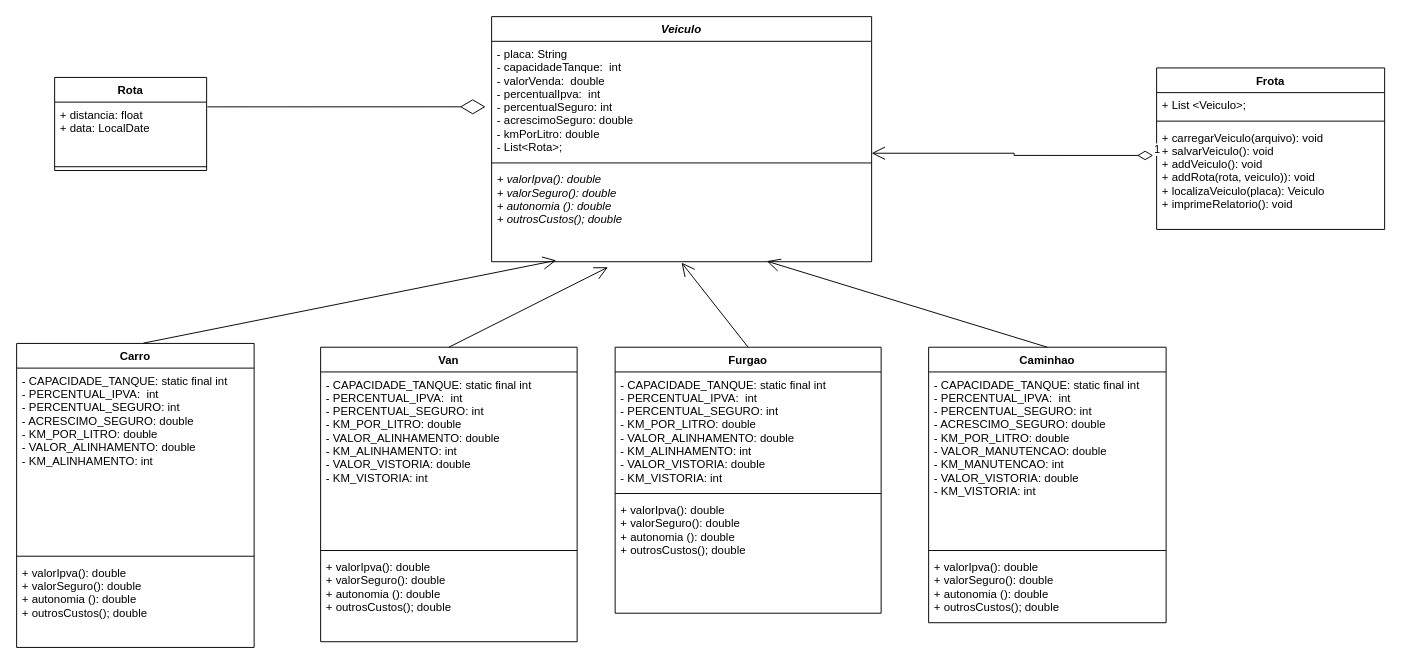
Earlier version of the draw.io diagram docs/diagramas/LPM - Diagrama Projeto 3.drawio (DisciplinasProgramacao/projetos-3-4-5-t-e-a-m). Source tidied: cells renumbered, new cells numbered last; positions are measured from the earlier drawing's top-left corner, leaving out a move shared by most shapes. Both pictures are drawn from the tidied source at 95%, with x=0, y=0 at pixel (16, 16).
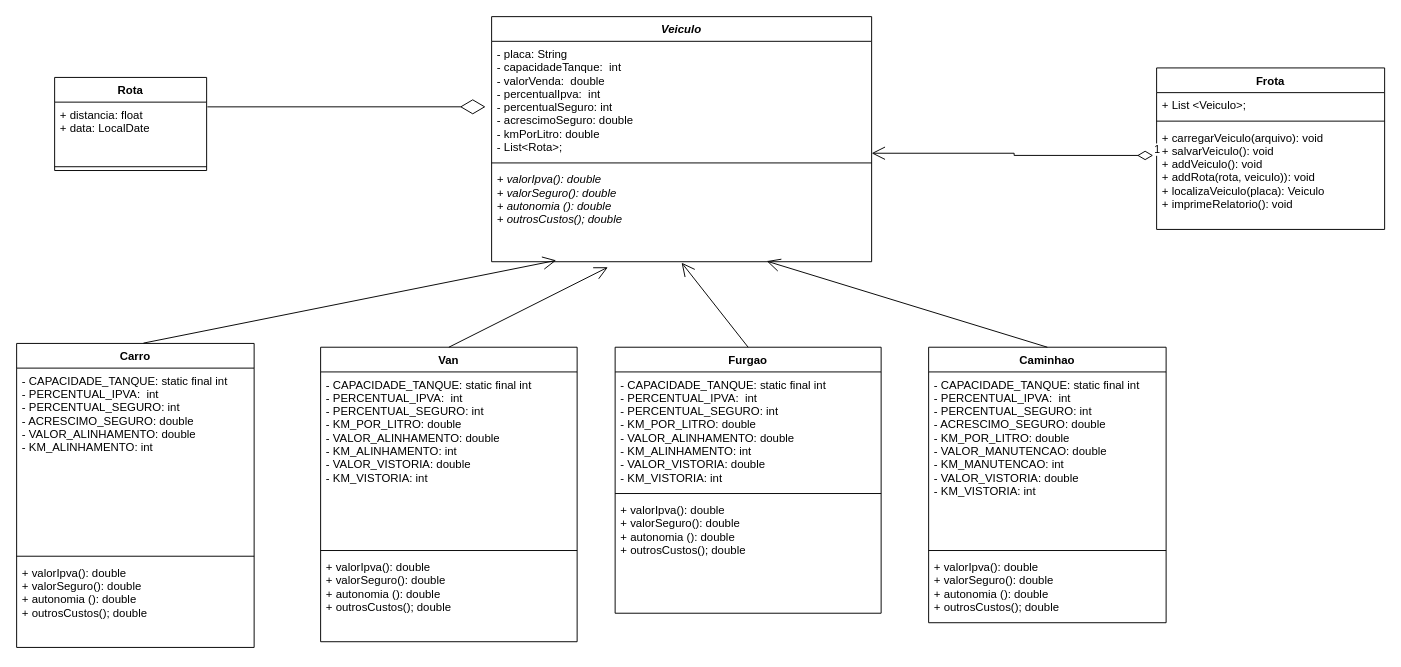
The same diagram, later.

Unchanged cells that the change refers to:
```xml
<mxCell id="14" value="Carro" style="swimlane;fontStyle=1;align=center;verticalAlign=top;horizontal=1;startSize=26;" parent="1" vertex="1">
  <mxGeometry y="344" width="250" height="320" as="geometry" />
</mxCell>
```

Change to the diagram source:
```diff
@@
-    <mxCell id="15" value="- CAPACIDADE_TANQUE: static final int&#10;- PERCENTUAL_IPVA:  int&#10;- PERCENTUAL_SEGURO: int&#10;- ACRESCIMO_SEGURO: double&#10;- KM_POR_LITRO: double&#10;- VALOR_ALINHAMENTO: double&#10;- KM_ALINHAMENTO: int" style="text;strokeColor=none;fillColor=none;align=left;verticalAlign=top;spacingLeft=4;spacingRight=4;overflow=hidden;fontStyle=0;" parent="14" vertex="1">
+    <mxCell id="15" value="- CAPACIDADE_TANQUE: static final int&#10;- PERCENTUAL_IPVA:  int&#10;- PERCENTUAL_SEGURO: int&#10;- ACRESCIMO_SEGURO: double&#10;- VALOR_ALINHAMENTO: double&#10;- KM_ALINHAMENTO: int" style="text;strokeColor=none;fillColor=none;align=left;verticalAlign=top;spacingLeft=4;spacingRight=4;overflow=hidden;fontStyle=0;" parent="14" vertex="1">
       <mxGeometry y="26" width="250" height="194" as="geometry" />
     </mxCell>
```
